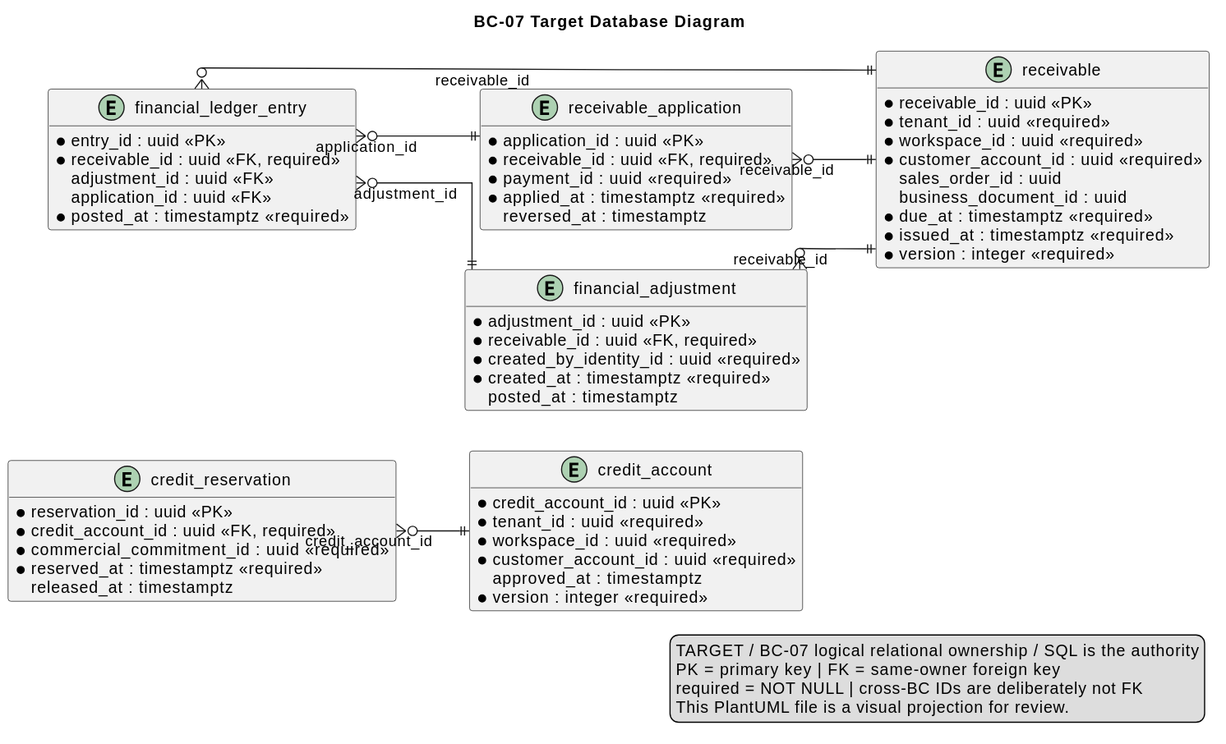
This is report/assets/chapter-2/tactical/BC-07/database-diagram.svg from nexa-suite/mobile-report, a PlantUML export, as it was before one commit.
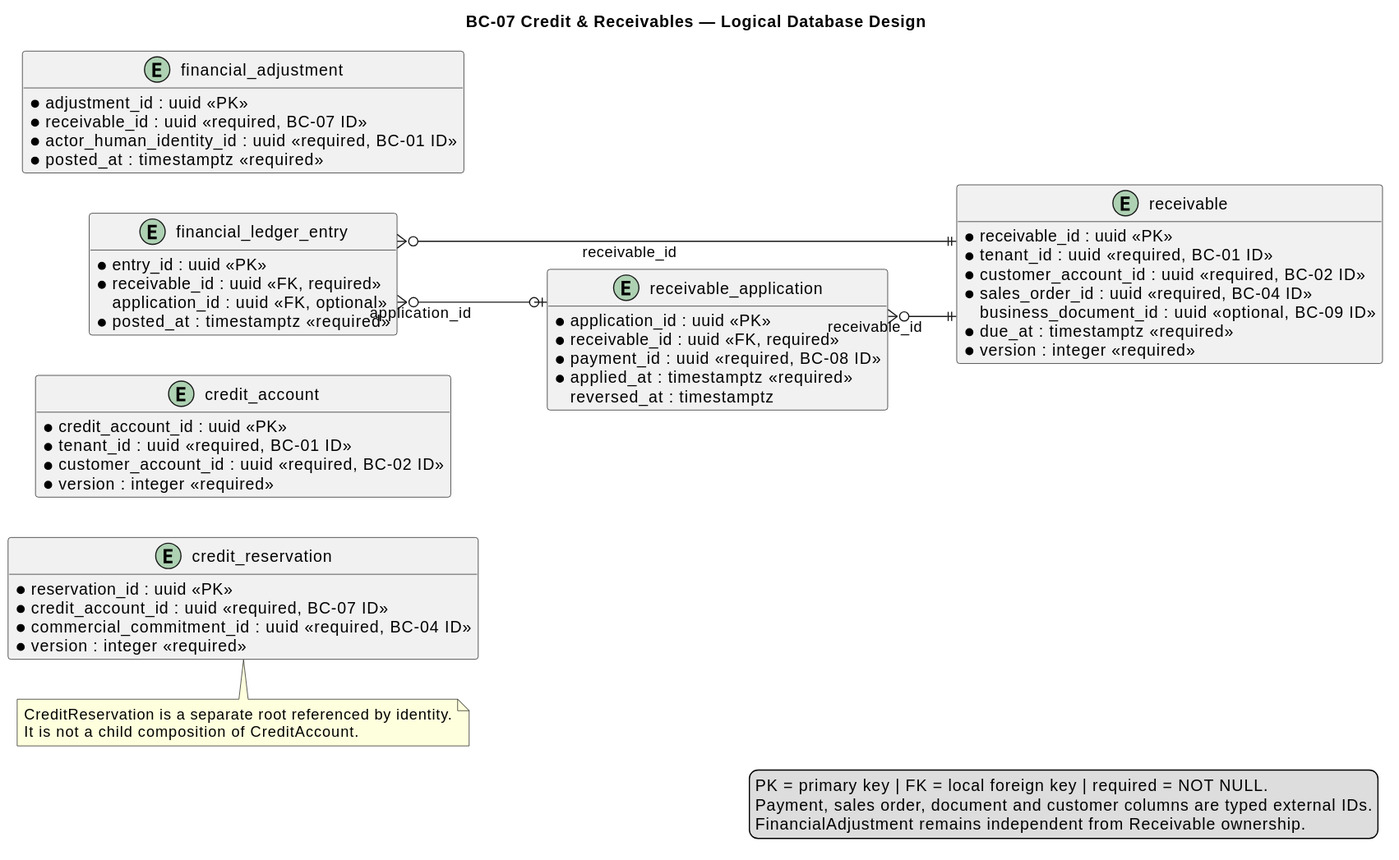
After the change.

Change to the diagram source:
```diff
@@ -1,5 +1,5 @@
 @startuml
-title BC-07 Target Database Diagram
+title BC-07 Credit & Receivables — Logical Database Design
 left to right direction
 hide methods
 skinparam shadowing false
@@ -10,90 +10,84 @@
   FontColor #0F172A
 }
 
-entity "credit_account" as t_credit_account {
+entity "credit_account" as credit_account {
   * credit_account_id : uuid <<PK>>
-  * tenant_id : uuid <<required>>
-  * workspace_id : uuid <<required>>
-  * customer_account_id : uuid <<required>>
+  * tenant_id : uuid <<required, BC-01 ID>>
+  * customer_account_id : uuid <<required, BC-02 ID>>
   * credit_limit : numeric(19,4) <<required>>
   * currency : char(3) <<required>>
   * status : varchar(32) <<required>>
-    approved_at : timestamptz
   * version : integer <<required>>
 }
 
-entity "credit_reservation" as t_credit_reservation {
+entity "credit_reservation" as credit_reservation {
   * reservation_id : uuid <<PK>>
-  * credit_account_id : uuid <<FK, required>>
-  * commercial_commitment_id : uuid <<required>>
+  * credit_account_id : uuid <<required, BC-07 ID>>
+  * commercial_commitment_id : uuid <<required, BC-04 ID>>
   * amount : numeric(19,4) <<required>>
   * currency : char(3) <<required>>
   * status : varchar(32) <<required>>
-  * reserved_at : timestamptz <<required>>
-    released_at : timestamptz
+  * version : integer <<required>>
 }
 
-entity "receivable" as t_receivable {
+entity "receivable" as receivable {
   * receivable_id : uuid <<PK>>
-  * tenant_id : uuid <<required>>
-  * workspace_id : uuid <<required>>
-  * customer_account_id : uuid <<required>>
-    sales_order_id : uuid
-    business_document_id : uuid
+  * tenant_id : uuid <<required, BC-01 ID>>
+  * customer_account_id : uuid <<required, BC-02 ID>>
+  * sales_order_id : uuid <<required, BC-04 ID>>
+    business_document_id : uuid <<optional, BC-09 ID>>
   * original_amount : numeric(19,4) <<required>>
   * outstanding_amount : numeric(19,4) <<required>>
   * currency : char(3) <<required>>
   * due_at : timestamptz <<required>>
   * status : varchar(32) <<required>>
-  * issued_at : timestamptz <<required>>
   * version : integer <<required>>
 }
 
-entity "receivable_application" as t_receivable_application {
+entity "receivable_application" as receivable_application {
   * application_id : uuid <<PK>>
   * receivable_id : uuid <<FK, required>>
-  * payment_id : uuid <<required>>
+  * payment_id : uuid <<required, BC-08 ID>>
   * amount : numeric(19,4) <<required>>
   * currency : char(3) <<required>>
   * applied_at : timestamptz <<required>>
     reversed_at : timestamptz
 }
 
-entity "financial_adjustment" as t_financial_adjustment {
-  * adjustment_id : uuid <<PK>>
-  * receivable_id : uuid <<FK, required>>
-  * kind : varchar(32) <<required>>
-  * amount : numeric(19,4) <<required>>
-  * currency : char(3) <<required>>
-  * reason : varchar(500) <<required>>
-  * status : varchar(32) <<required>>
-  * created_by_identity_id : uuid <<required>>
-  * created_at : timestamptz <<required>>
-    posted_at : timestamptz
-}
-
-entity "financial_ledger_entry" as t_financial_ledger_entry {
+entity "financial_ledger_entry" as financial_ledger_entry {
   * entry_id : uuid <<PK>>
   * receivable_id : uuid <<FK, required>>
-    adjustment_id : uuid <<FK>>
-    application_id : uuid <<FK>>
+    application_id : uuid <<FK, optional>>
   * direction : varchar(16) <<required>>
   * amount : numeric(19,4) <<required>>
   * currency : char(3) <<required>>
   * posted_at : timestamptz <<required>>
 }
 
-t_credit_reservation }o--|| t_credit_account : credit_account_id
-t_receivable_application }o--|| t_receivable : receivable_id
-t_financial_adjustment }o--|| t_receivable : receivable_id
-t_financial_ledger_entry }o--|| t_receivable : receivable_id
-t_financial_ledger_entry }o--|| t_financial_adjustment : adjustment_id
-t_financial_ledger_entry }o--|| t_receivable_application : application_id
+entity "financial_adjustment" as financial_adjustment {
+  * adjustment_id : uuid <<PK>>
+  * receivable_id : uuid <<required, BC-07 ID>>
+  * kind : varchar(32) <<required>>
+  * amount : numeric(19,4) <<required>>
+  * currency : char(3) <<required>>
+  * reason : varchar(500) <<required>>
+  * status : varchar(32) <<required>>
+  * actor_human_identity_id : uuid <<required, BC-01 ID>>
+  * posted_at : timestamptz <<required>>
+}
+
+receivable_application }o--|| receivable : receivable_id
+financial_ledger_entry }o--|| receivable : receivable_id
+financial_ledger_entry }o--o| receivable_application : application_id
+
+note bottom of credit_reservation
+CreditReservation is a separate root referenced by identity.
+It is not a child composition of CreditAccount.
+end note
 
 legend right
-TARGET / BC-07 logical relational ownership / SQL is the authority
-PK = primary key | FK = same-owner foreign key
-required = NOT NULL | cross-BC IDs are deliberately not FK
-This PlantUML file is a visual projection for review.
+PK = primary key | FK = local foreign key | required = NOT NULL.
+Payment, sales order, document and customer columns are typed external IDs.
+FinancialAdjustment remains independent from Receivable ownership.
 endlegend
 @enduml
```
